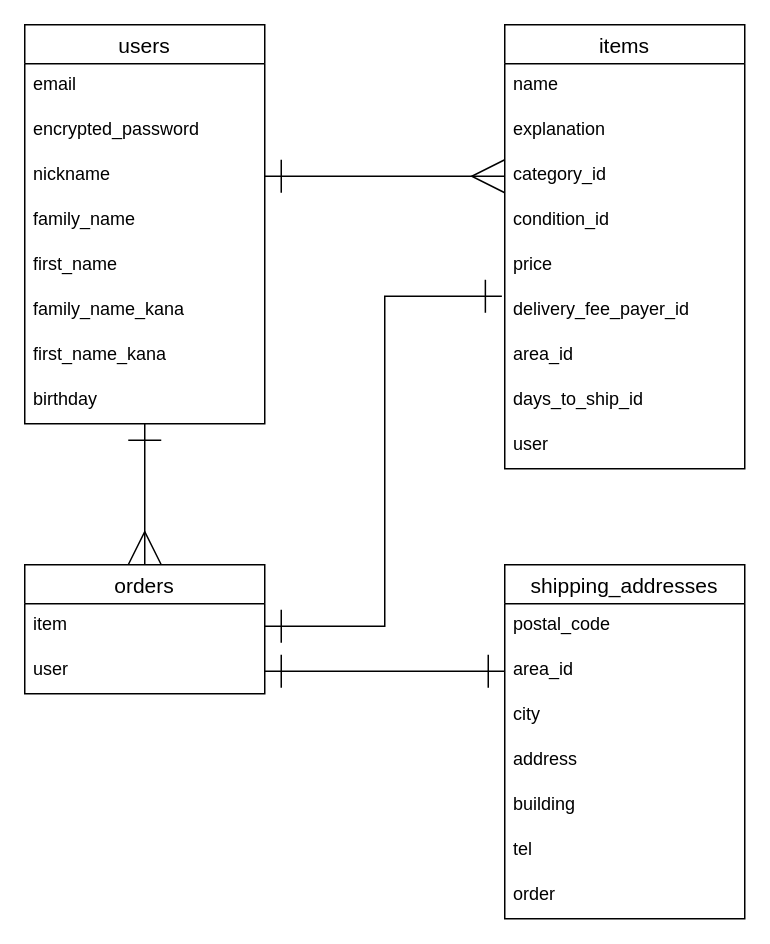
Earlier version of the draw.io diagram ER.dio (hedgehog248/furima-38018). Source tidied: cells renumbered, new cells numbered last; positions are measured from the earlier drawing's top-left corner, leaving out a move shared by most shapes. Both pictures are drawn from the tidied source at 150%, with x=0, y=0 at pixel (24, 24).
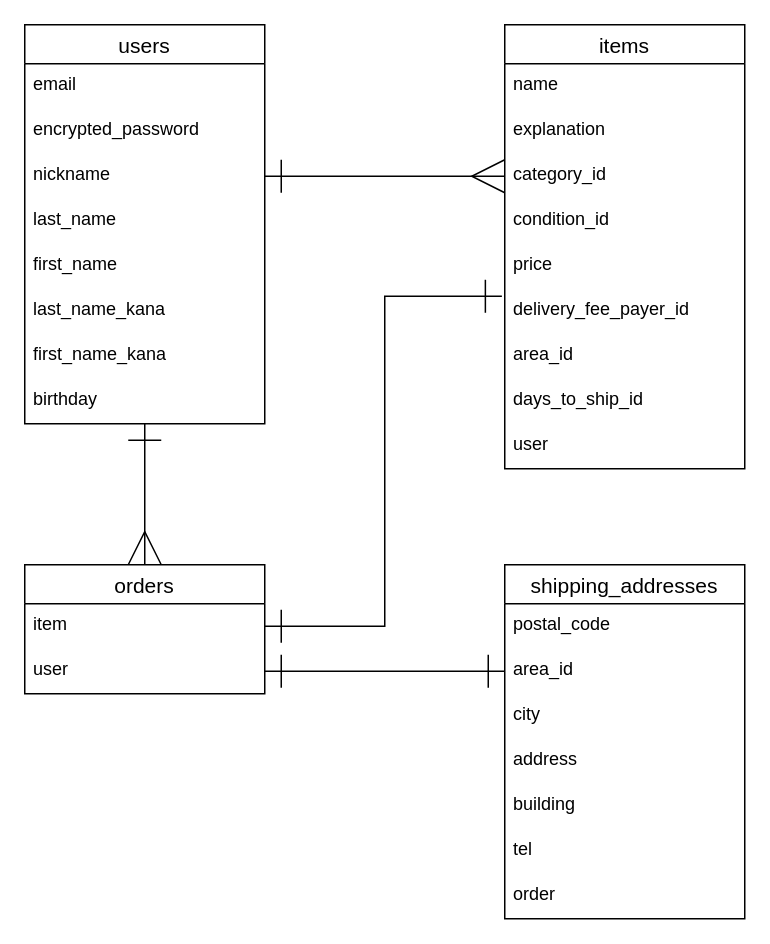
Above is the later version.

Commit message (it also covers changes not shown here):
usersテーブルのカラム名の修正

The change refers to these unchanged cells:
```xml
<mxCell id="3" value="users" style="swimlane;fontStyle=0;horizontal=1;startSize=26;align=center;fontSize=14;" parent="1" vertex="1">
  <mxGeometry width="160" height="266" as="geometry" />
</mxCell>
```

Change to the diagram source:
```diff
@@
-    <mxCell id="7" value="family_name" style="text;strokeColor=none;fillColor=none;spacingLeft=4;spacingRight=4;overflow=hidden;fontSize=12;" parent="3" vertex="1">
+    <mxCell id="7" value="last_name" style="text;strokeColor=none;fillColor=none;spacingLeft=4;spacingRight=4;overflow=hidden;fontSize=12;" parent="3" vertex="1">
       <mxGeometry y="116" width="160" height="30" as="geometry" />
     </mxCell>
@@
-    <mxCell id="9" value="family_name_kana" style="text;strokeColor=none;fillColor=none;spacingLeft=4;spacingRight=4;overflow=hidden;fontSize=12;" parent="3" vertex="1">
+    <mxCell id="9" value="last_name_kana" style="text;strokeColor=none;fillColor=none;spacingLeft=4;spacingRight=4;overflow=hidden;fontSize=12;" parent="3" vertex="1">
       <mxGeometry y="176" width="160" height="30" as="geometry" />
     </mxCell>
```
